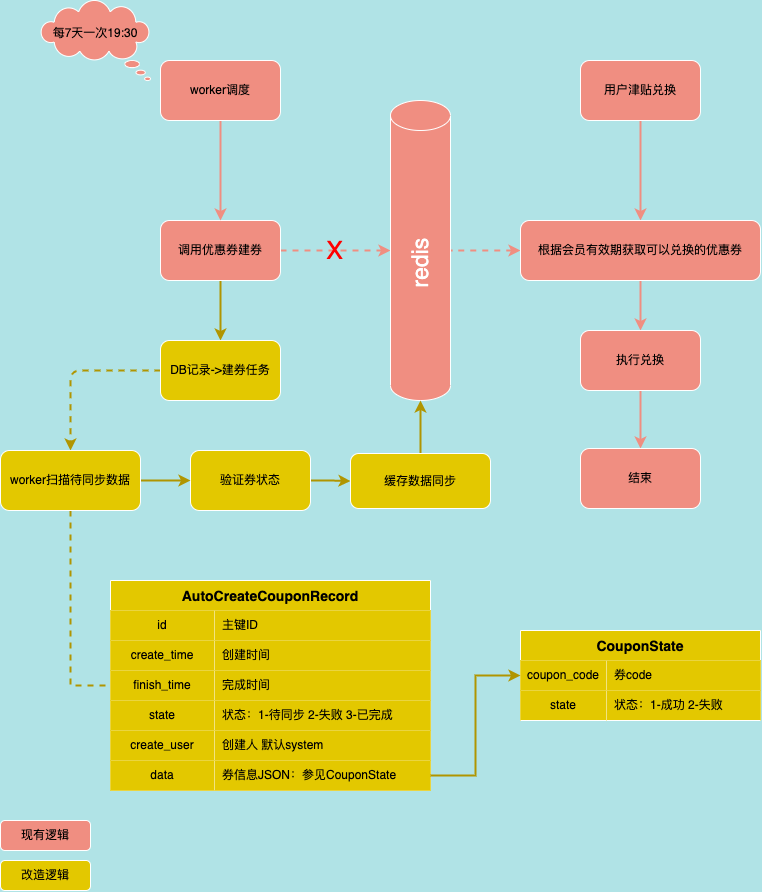
Earlier version of the draw.io export 自动建券.png (845642761/diagram). Source tidied: cells renumbered, new cells last; positions are measured from the earlier drawing's top-left corner, leaving out a move shared by most shapes.
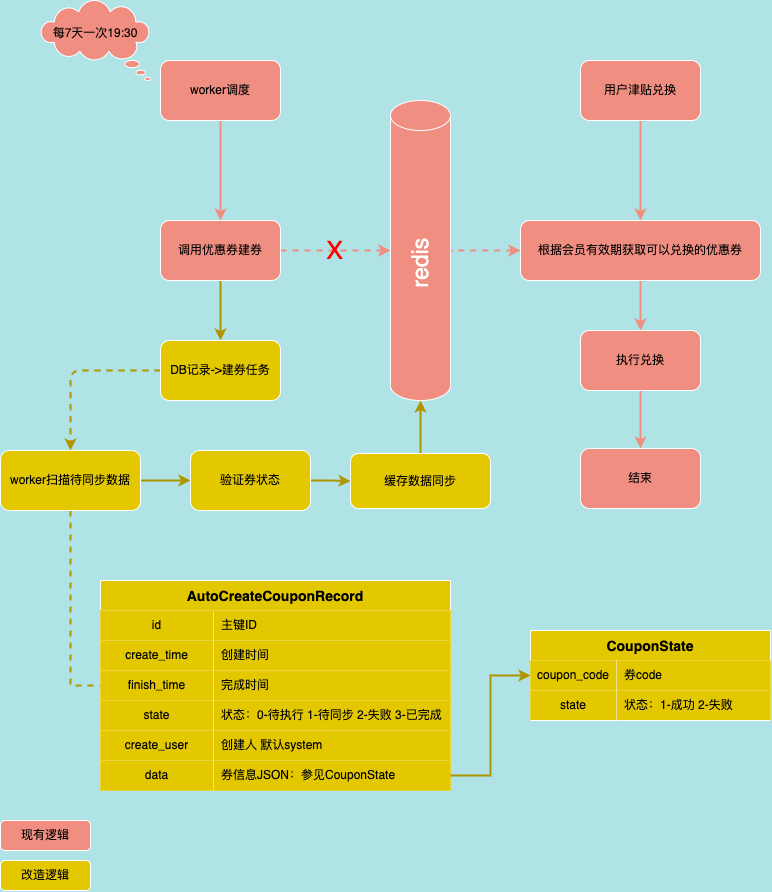
Later version of the same file.

Commit message:
更新自动建券.png

Diff of the diagram source:
```diff
@@ -81,64 +81,64 @@
       <mxGeometry y="450" width="140" height="60" as="geometry" />
     </mxCell>
     <mxCell id="28" value="AutoCreateCouponRecord" style="shape=table;startSize=30;rowLines=0;fontStyle=1;fontSize=14;fillColor=#e3c800;strokeColor=#FFFFFF;fontColor=#000000;separatorColor=#FFFFFF;" parent="1" vertex="1">
-      <mxGeometry x="110" y="580" width="320" height="210" as="geometry" />
+      <mxGeometry x="100" y="580" width="350" height="210" as="geometry" />
     </mxCell>
     <mxCell id="29" style="shape=tableRow;horizontal=0;startSize=0;swimlaneHead=0;swimlaneBody=0;top=0;left=0;bottom=0;right=0;fillColor=#e3c800;fontSize=25;strokeColor=#B09500;fontColor=#000000;" parent="28" vertex="1">
-      <mxGeometry y="30" width="320" height="30" as="geometry" />
+      <mxGeometry y="30" width="350" height="30" as="geometry" />
     </mxCell>
     <mxCell id="30" value="id" style="shape=partialRectangle;html=1;whiteSpace=wrap;fillColor=#e3c800;top=0;left=0;bottom=1;right=1;overflow=hidden;fontSize=12;strokeColor=#FFFFFF;fontColor=#000000;" parent="29" vertex="1">
-      <mxGeometry width="104" height="30" as="geometry" />
+      <mxGeometry width="113" height="30" as="geometry" />
     </mxCell>
     <mxCell id="31" value="主键ID" style="shape=partialRectangle;html=1;whiteSpace=wrap;fillColor=#e3c800;top=0;left=0;bottom=1;right=0;align=left;spacingLeft=6;overflow=hidden;fontSize=12;strokeColor=#FFFFFF;fontColor=#000000;" parent="29" vertex="1">
-      <mxGeometry x="104" width="216" height="30" as="geometry" />
+      <mxGeometry x="113" width="237" height="30" as="geometry" />
     </mxCell>
     <mxCell id="32" style="shape=tableRow;horizontal=0;startSize=0;swimlaneHead=0;swimlaneBody=0;top=0;left=0;bottom=0;right=0;fillColor=#e3c800;fontSize=25;strokeColor=#B09500;fontColor=#000000;" parent="28" vertex="1">
-      <mxGeometry y="60" width="320" height="30" as="geometry" />
+      <mxGeometry y="60" width="350" height="30" as="geometry" />
     </mxCell>
     <mxCell id="33" value="create_time" style="shape=partialRectangle;html=1;whiteSpace=wrap;fillColor=#e3c800;top=0;left=0;bottom=1;right=1;overflow=hidden;fontSize=12;strokeColor=#FFFFFF;fontColor=#000000;" parent="32" vertex="1">
-      <mxGeometry width="104" height="30" as="geometry" />
+      <mxGeometry width="113" height="30" as="geometry" />
     </mxCell>
     <mxCell id="34" value="创建时间" style="shape=partialRectangle;html=1;whiteSpace=wrap;fillColor=#e3c800;top=0;left=0;bottom=1;right=0;align=left;spacingLeft=6;overflow=hidden;fontSize=12;strokeColor=#FFFFFF;fontColor=#000000;" parent="32" vertex="1">
-      <mxGeometry x="104" width="216" height="30" as="geometry" />
+      <mxGeometry x="113" width="237" height="30" as="geometry" />
     </mxCell>
     <mxCell id="35" style="shape=tableRow;horizontal=0;startSize=0;swimlaneHead=0;swimlaneBody=0;top=0;left=0;bottom=0;right=0;fillColor=#e3c800;points=[[0,0.5],[1,0.5]];portConstraint=eastwest;fontSize=25;strokeColor=#B09500;fontColor=#000000;" parent="28" vertex="1">
-      <mxGeometry y="90" width="320" height="30" as="geometry" />
+      <mxGeometry y="90" width="350" height="30" as="geometry" />
     </mxCell>
     <mxCell id="36" value="&lt;div style=&quot;font-size: 12px&quot;&gt;finish_time&lt;/div&gt;" style="shape=partialRectangle;html=1;whiteSpace=wrap;fillColor=#e3c800;top=0;left=0;bottom=1;right=1;overflow=hidden;fontSize=12;strokeColor=#FFFFFF;fontColor=#000000;" parent="35" vertex="1">
-      <mxGeometry width="104" height="30" as="geometry" />
+      <mxGeometry width="113" height="30" as="geometry" />
     </mxCell>
     <mxCell id="37" value="完成时间" style="shape=partialRectangle;html=1;whiteSpace=wrap;fillColor=#e3c800;top=0;left=0;bottom=1;right=0;align=left;spacingLeft=6;overflow=hidden;fontSize=12;strokeColor=#FFFFFF;fontColor=#000000;" parent="35" vertex="1">
-      <mxGeometry x="104" width="216" height="30" as="geometry" />
+      <mxGeometry x="113" width="237" height="30" as="geometry" />
     </mxCell>
     <mxCell id="38" style="shape=tableRow;horizontal=0;startSize=0;swimlaneHead=0;swimlaneBody=0;top=0;left=0;bottom=0;right=0;fillColor=#e3c800;fontSize=25;strokeColor=#B09500;fontColor=#000000;" parent="28" vertex="1">
-      <mxGeometry y="120" width="320" height="30" as="geometry" />
+      <mxGeometry y="120" width="350" height="30" as="geometry" />
     </mxCell>
     <mxCell id="39" value="&lt;div&gt;state&lt;/div&gt;" style="shape=partialRectangle;html=1;whiteSpace=wrap;fillColor=#e3c800;top=0;left=0;bottom=1;right=1;overflow=hidden;fontSize=12;strokeColor=#FFFFFF;fontColor=#000000;" parent="38" vertex="1">
-      <mxGeometry width="104" height="30" as="geometry" />
+      <mxGeometry width="113" height="30" as="geometry" />
     </mxCell>
-    <mxCell id="40" value="状态：1-待同步 2-失败 3-已完成" style="shape=partialRectangle;html=1;whiteSpace=wrap;fillColor=#e3c800;top=0;left=0;bottom=1;right=0;align=left;spacingLeft=6;overflow=hidden;fontSize=12;strokeColor=#FFFFFF;fontColor=#000000;" parent="38" vertex="1">
-      <mxGeometry x="104" width="216" height="30" as="geometry" />
+    <mxCell id="40" value="状态：0-待执行 1-待同步 2-失败 3-已完成" style="shape=partialRectangle;html=1;whiteSpace=wrap;fillColor=#e3c800;top=0;left=0;bottom=1;right=0;align=left;spacingLeft=6;overflow=hidden;fontSize=12;strokeColor=#FFFFFF;fontColor=#000000;" parent="38" vertex="1">
+      <mxGeometry x="113" width="237" height="30" as="geometry" />
     </mxCell>
     <mxCell id="41" style="shape=tableRow;horizontal=0;startSize=0;swimlaneHead=0;swimlaneBody=0;top=0;left=0;bottom=0;right=0;fillColor=#e3c800;fontSize=25;strokeColor=#B09500;fontColor=#000000;" parent="28" vertex="1">
-      <mxGeometry y="150" width="320" height="30" as="geometry" />
+      <mxGeometry y="150" width="350" height="30" as="geometry" />
     </mxCell>
     <mxCell id="42" value="create_user" style="shape=partialRectangle;html=1;whiteSpace=wrap;fillColor=#e3c800;top=0;left=0;bottom=1;right=1;overflow=hidden;fontSize=12;strokeColor=#FFFFFF;fontColor=#000000;" parent="41" vertex="1">
-      <mxGeometry width="104" height="30" as="geometry" />
+      <mxGeometry width="113" height="30" as="geometry" />
     </mxCell>
     <mxCell id="43" value="创建人 默认system" style="shape=partialRectangle;html=1;whiteSpace=wrap;fillColor=#e3c800;top=0;left=0;bottom=1;right=0;align=left;spacingLeft=6;overflow=hidden;fontSize=12;strokeColor=#FFFFFF;fontColor=#000000;" parent="41" vertex="1">
-      <mxGeometry x="104" width="216" height="30" as="geometry" />
+      <mxGeometry x="113" width="237" height="30" as="geometry" />
     </mxCell>
     <mxCell id="44" style="shape=tableRow;horizontal=0;startSize=0;swimlaneHead=0;swimlaneBody=0;top=0;left=0;bottom=0;right=0;fillColor=#e3c800;points=[[0,0.5],[1,0.5]];portConstraint=eastwest;fontSize=25;fontColor=#000000;strokeColor=#B09500;" parent="28" vertex="1">
-      <mxGeometry y="180" width="320" height="30" as="geometry" />
+      <mxGeometry y="180" width="350" height="30" as="geometry" />
     </mxCell>
     <mxCell id="45" value="data" style="shape=partialRectangle;html=1;whiteSpace=wrap;fillColor=#e3c800;top=0;left=0;bottom=0;right=1;overflow=hidden;fontSize=12;fontColor=#000000;strokeColor=#FFFFFF;" parent="44" vertex="1">
-      <mxGeometry width="104" height="30" as="geometry" />
+      <mxGeometry width="113" height="30" as="geometry" />
     </mxCell>
     <mxCell id="46" value="券信息JSON：参见CouponState" style="shape=partialRectangle;html=1;whiteSpace=wrap;fillColor=#e3c800;top=0;left=0;bottom=0;right=0;align=left;spacingLeft=6;overflow=hidden;fontSize=12;fontColor=#000000;strokeColor=#FFFFFF;" parent="44" vertex="1">
-      <mxGeometry x="104" width="216" height="30" as="geometry" />
+      <mxGeometry x="113" width="237" height="30" as="geometry" />
     </mxCell>
     <mxCell id="47" value="CouponState" style="shape=table;startSize=30;rowLines=0;fontStyle=1;fontSize=14;fillColor=#e3c800;strokeColor=#FFFFFF;fontColor=#000000;separatorColor=#FFFFFF;" parent="1" vertex="1">
-      <mxGeometry x="520" y="630" width="240" height="90" as="geometry" />
+      <mxGeometry x="530" y="630" width="240" height="90" as="geometry" />
     </mxCell>
     <mxCell id="48" style="shape=tableRow;horizontal=0;startSize=0;swimlaneHead=0;swimlaneBody=0;top=0;left=0;bottom=0;right=0;fillColor=#e3c800;points=[[0,0.5],[1,0.5]];portConstraint=eastwest;fontSize=25;strokeColor=#B09500;fontColor=#000000;" parent="47" vertex="1">
       <mxGeometry y="30" width="240" height="30" as="geometry" />
```
